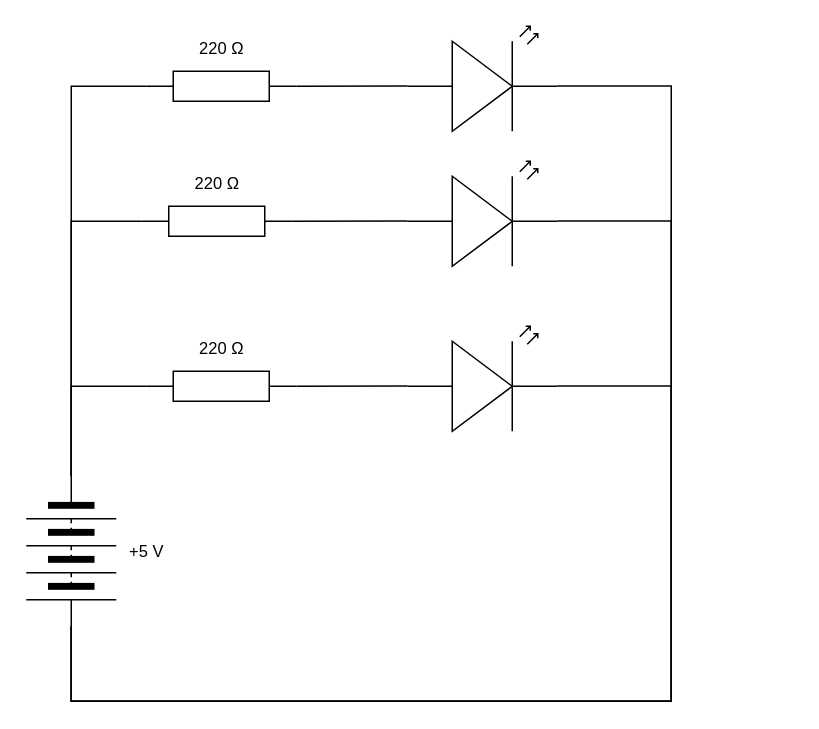
Above: schematicdiagram.drawio in Osamah-Hasan/TEJ3M-Unit-2-04 (draw.io), before the change. Source tidied: cells renumbered, new cells numbered last; positions are measured from the earlier drawing's top-left corner, leaving out a move shared by most shapes. Both pictures are drawn from the tidied source at 150%, with x=0, y=0 at pixel (-4, 26).
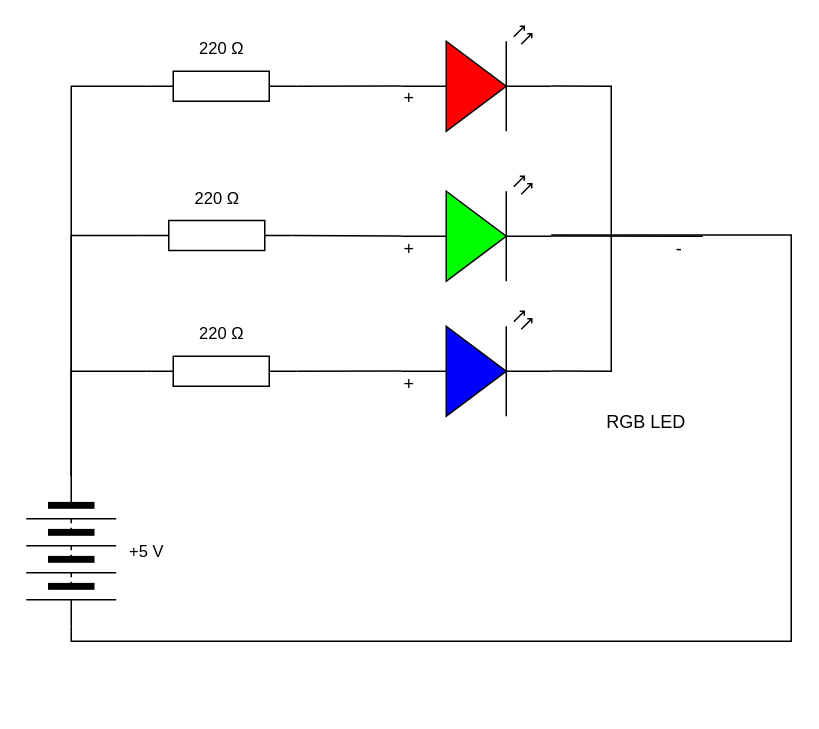
After the change.

Unchanged cells that the change refers to:
```xml
<mxCell id="8" style="verticalLabelPosition=bottom;shadow=0;dashed=0;align=center;html=1;verticalAlign=top;shape=mxgraph.electrical.miscellaneous.batteryStack;rotation=90;" parent="1" vertex="1">
  <mxGeometry y="320" width="100" height="60" as="geometry" />
</mxCell>
<mxCell id="14" style="verticalLabelPosition=bottom;shadow=0;dashed=0;align=center;html=1;verticalAlign=top;shape=mxgraph.electrical.resistors.resistor_1;" parent="1" vertex="1">
  <mxGeometry x="100" y="30" width="100" height="20" as="geometry" />
</mxCell>
```

Change to the diagram source:
```diff
@@
-    <mxCell id="2" style="edgeStyle=orthogonalEdgeStyle;shape=connector;curved=0;rounded=0;html=1;exitX=1;exitY=0.57;exitDx=0;exitDy=0;exitPerimeter=0;entryX=1;entryY=0.5;entryDx=0;entryDy=0;strokeColor=default;align=center;verticalAlign=middle;fontFamily=Helvetica;fontSize=11;fontColor=default;labelBackgroundColor=default;endArrow=none;endFill=0;" parent="1" edge="1" source="3" target="8">
-      <mxGeometry relative="1" as="geometry">
-        <Array as="points">
-          <mxPoint x="450" y="40" />
-          <mxPoint x="450" y="450" />
-          <mxPoint x="50" y="450" />
-        </Array>
-      </mxGeometry>
-    </mxCell>
-    <mxCell id="3" style="verticalLabelPosition=bottom;shadow=0;dashed=0;align=center;html=1;verticalAlign=top;shape=mxgraph.electrical.opto_electronics.led_2;" parent="1" vertex="1">
-      <mxGeometry x="274" width="100" height="70" as="geometry" />
-    </mxCell>
-    <mxCell id="4" style="edgeStyle=orthogonalEdgeStyle;shape=connector;curved=0;rounded=0;html=1;exitX=1;exitY=0.57;exitDx=0;exitDy=0;exitPerimeter=0;entryX=1;entryY=0.5;entryDx=0;entryDy=0;strokeColor=default;align=center;verticalAlign=middle;fontFamily=Helvetica;fontSize=11;fontColor=default;labelBackgroundColor=default;endArrow=none;endFill=0;" parent="1" edge="1" source="5" target="8">
-      <mxGeometry relative="1" as="geometry">
-        <Array as="points">
-          <mxPoint x="450" y="130" />
-          <mxPoint x="450" y="450" />
-          <mxPoint x="50" y="450" />
-        </Array>
-      </mxGeometry>
-    </mxCell>
-    <mxCell id="5" style="verticalLabelPosition=bottom;shadow=0;dashed=0;align=center;html=1;verticalAlign=top;shape=mxgraph.electrical.opto_electronics.led_2;" parent="1" vertex="1">
-      <mxGeometry x="274" y="90" width="100" height="70" as="geometry" />
-    </mxCell>
-    <mxCell id="6" style="edgeStyle=orthogonalEdgeStyle;shape=connector;curved=0;rounded=0;html=1;exitX=1;exitY=0.57;exitDx=0;exitDy=0;exitPerimeter=0;entryX=1;entryY=0.5;entryDx=0;entryDy=0;strokeColor=default;align=center;verticalAlign=middle;fontFamily=Helvetica;fontSize=11;fontColor=default;labelBackgroundColor=default;endArrow=none;endFill=0;" parent="1" edge="1" source="7" target="8">
-      <mxGeometry relative="1" as="geometry">
-        <Array as="points">
-          <mxPoint x="450" y="240" />
-          <mxPoint x="450" y="450" />
-          <mxPoint x="50" y="450" />
-        </Array>
-      </mxGeometry>
-    </mxCell>
-    <mxCell id="7" style="verticalLabelPosition=bottom;shadow=0;dashed=0;align=center;html=1;verticalAlign=top;shape=mxgraph.electrical.opto_electronics.led_2;" parent="1" vertex="1">
-      <mxGeometry x="274" y="200" width="100" height="70" as="geometry" />
-    </mxCell>
+    <mxCell id="22" style="edgeStyle=orthogonalEdgeStyle;shape=connector;curved=0;rounded=0;html=1;exitX=1;exitY=0.5;exitDx=0;exitDy=0;strokeColor=default;align=center;verticalAlign=middle;fontFamily=Helvetica;fontSize=11;fontColor=default;labelBackgroundColor=default;endArrow=none;endFill=0;entryX=1;entryY=0.56;entryDx=0;entryDy=0;entryPerimeter=0;" parent="1" edge="1" source="8" target="26">
+      <mxGeometry relative="1" as="geometry">
+        <Array as="points">
+          <mxPoint x="50" y="410" />
+          <mxPoint x="530" y="410" />
+          <mxPoint x="530" y="139" />
+        </Array>
+      </mxGeometry>
+    </mxCell>
@@
     <mxCell id="10" style="verticalLabelPosition=bottom;shadow=0;dashed=0;align=center;html=1;verticalAlign=top;shape=mxgraph.electrical.resistors.resistor_1;" parent="1" vertex="1">
-      <mxGeometry x="100" y="230" width="100" height="20" as="geometry" />
+      <mxGeometry x="100" y="220" width="100" height="20" as="geometry" />
     </mxCell>
@@
     <mxCell id="12" style="verticalLabelPosition=bottom;shadow=0;dashed=0;align=center;html=1;verticalAlign=top;shape=mxgraph.electrical.resistors.resistor_1;" parent="1" vertex="1">
-      <mxGeometry x="97" y="120" width="100" height="20" as="geometry" />
+      <mxGeometry x="97" y="129.5" width="100" height="20" as="geometry" />
     </mxCell>
@@
-    <mxCell id="15" style="edgeStyle=none;html=1;exitX=1;exitY=0.5;exitDx=0;exitDy=0;exitPerimeter=0;entryX=0;entryY=0.57;entryDx=0;entryDy=0;entryPerimeter=0;endArrow=none;endFill=0;" parent="1" edge="1" source="10" target="7">
+    <mxCell id="15" style="edgeStyle=none;html=1;exitX=1;exitY=0.5;exitDx=0;exitDy=0;exitPerimeter=0;entryX=0;entryY=0.57;entryDx=0;entryDy=0;entryPerimeter=0;endArrow=none;endFill=0;" parent="1" edge="1" source="10" target="28">
       <mxGeometry relative="1" as="geometry" />
     </mxCell>
-    <mxCell id="16" style="edgeStyle=none;html=1;exitX=1;exitY=0.5;exitDx=0;exitDy=0;exitPerimeter=0;entryX=0;entryY=0.57;entryDx=0;entryDy=0;entryPerimeter=0;endArrow=none;endFill=0;" parent="1" edge="1" source="12" target="5">
+    <mxCell id="16" style="edgeStyle=none;html=1;exitX=1;exitY=0.5;exitDx=0;exitDy=0;exitPerimeter=0;entryX=0;entryY=0.57;entryDx=0;entryDy=0;entryPerimeter=0;endArrow=none;endFill=0;" parent="1" edge="1" source="12" target="26">
       <mxGeometry relative="1" as="geometry" />
     </mxCell>
-    <mxCell id="17" style="edgeStyle=none;html=1;exitX=1;exitY=0.5;exitDx=0;exitDy=0;exitPerimeter=0;entryX=0;entryY=0.57;entryDx=0;entryDy=0;entryPerimeter=0;endArrow=none;endFill=0;" parent="1" edge="1" source="14" target="3">
+    <mxCell id="17" style="edgeStyle=none;html=1;exitX=1;exitY=0.5;exitDx=0;exitDy=0;exitPerimeter=0;endArrow=none;endFill=0;entryX=0;entryY=0.57;entryDx=0;entryDy=0;entryPerimeter=0;" parent="1" edge="1" source="14" target="30">
       <mxGeometry relative="1" as="geometry" />
     </mxCell>
     <mxCell id="18" value="220&amp;nbsp;Ω" style="text;html=1;align=center;verticalAlign=middle;strokeColor=none;fillColor=none;fontFamily=Helvetica;fontSize=11;fontColor=default;labelBackgroundColor=default;" parent="1" vertex="1">
-      <mxGeometry x="125" y="200" width="50" height="30" as="geometry" />
+      <mxGeometry x="125" y="190" width="50" height="30" as="geometry" />
     </mxCell>
     <mxCell id="19" value="220&amp;nbsp;Ω" style="text;html=1;align=center;verticalAlign=middle;strokeColor=none;fillColor=none;fontFamily=Helvetica;fontSize=11;fontColor=default;labelBackgroundColor=default;" parent="1" vertex="1">
-      <mxGeometry x="122" y="90" width="50" height="30" as="geometry" />
+      <mxGeometry x="122" y="99.5" width="50" height="30" as="geometry" />
     </mxCell>
@@
+    <mxCell id="23" style="group;" parent="1" vertex="1">
+      <mxGeometry x="260" width="213" height="279" as="geometry" />
+    </mxCell>
+    <mxCell id="24" value="RGB LED" style="text;html=1;align=center;verticalAlign=middle;strokeColor=none;fillColor=none;" parent="23" vertex="1">
+      <mxGeometry x="133" y="249" width="80" height="30" as="geometry" />
+    </mxCell>
+    <mxCell id="25" style="edgeStyle=none;rounded=0;html=1;endArrow=none;endFill=0;entryX=1;entryY=0.57;entryDx=0;entryDy=0;entryPerimeter=0;" parent="23" edge="1" target="26">
+      <mxGeometry relative="1" as="geometry">
+        <mxPoint x="211" y="140" as="sourcePoint" />
+      </mxGeometry>
+    </mxCell>
+    <mxCell id="26" style="verticalLabelPosition=bottom;shadow=0;dashed=0;align=center;html=1;verticalAlign=top;shape=mxgraph.electrical.opto_electronics.led_2;fillColor=#00FF00;points=[[0,0.57,0,0,0],[1,0.56,0,0,0]];" parent="23" vertex="1">
+      <mxGeometry x="10" y="100" width="100" height="70" as="geometry" />
+    </mxCell>
+    <mxCell id="27" style="edgeStyle=none;rounded=0;html=1;exitX=1;exitY=0.57;exitDx=0;exitDy=0;exitPerimeter=0;endArrow=none;endFill=0;" parent="23" edge="1" source="28">
+      <mxGeometry relative="1" as="geometry">
+        <mxPoint x="150" y="140" as="targetPoint" />
+        <Array as="points">
+          <mxPoint x="150" y="230" />
+        </Array>
+      </mxGeometry>
+    </mxCell>
+    <mxCell id="28" style="verticalLabelPosition=bottom;shadow=0;dashed=0;align=center;html=1;verticalAlign=top;shape=mxgraph.electrical.opto_electronics.led_2;fillColor=#0000ff;" parent="23" vertex="1">
+      <mxGeometry x="10" y="190" width="100" height="70" as="geometry" />
+    </mxCell>
+    <mxCell id="29" style="edgeStyle=none;html=1;exitX=1;exitY=0.57;exitDx=0;exitDy=0;exitPerimeter=0;endArrow=none;endFill=0;rounded=0;" parent="23" edge="1" source="30">
+      <mxGeometry relative="1" as="geometry">
+        <mxPoint x="150" y="140" as="targetPoint" />
+        <Array as="points">
+          <mxPoint x="150" y="40" />
+        </Array>
+      </mxGeometry>
+    </mxCell>
+    <mxCell id="30" style="verticalLabelPosition=bottom;shadow=0;dashed=0;align=center;html=1;verticalAlign=top;shape=mxgraph.electrical.opto_electronics.led_2;fillColor=#FF0000;" parent="23" vertex="1">
+      <mxGeometry x="10" width="100" height="70" as="geometry" />
+    </mxCell>
+    <mxCell id="31" value="+" style="text;html=1;align=center;verticalAlign=middle;strokeColor=none;fillColor=none;" parent="23" vertex="1">
+      <mxGeometry y="33" width="30" height="30" as="geometry" />
+    </mxCell>
+    <mxCell id="32" value="+" style="text;html=1;align=center;verticalAlign=middle;strokeColor=none;fillColor=none;" parent="23" vertex="1">
+      <mxGeometry y="134" width="30" height="30" as="geometry" />
+    </mxCell>
+    <mxCell id="33" value="+" style="text;html=1;align=center;verticalAlign=middle;strokeColor=none;fillColor=none;" parent="23" vertex="1">
+      <mxGeometry y="224" width="30" height="30" as="geometry" />
+    </mxCell>
+    <mxCell id="34" value="-" style="text;html=1;align=center;verticalAlign=middle;strokeColor=none;fillColor=none;" parent="23" vertex="1">
+      <mxGeometry x="180" y="134" width="30" height="30" as="geometry" />
+    </mxCell>
```
